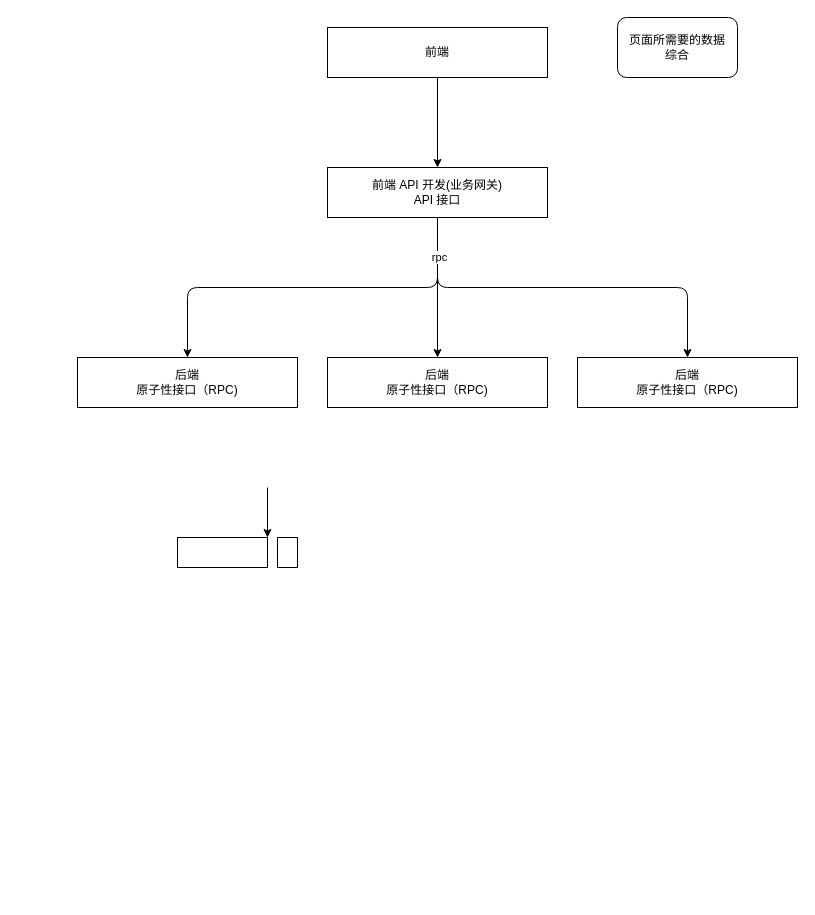
This is docs/gateway_arch.drawio from is-Xiaoen/DevCloud, a draw.io file, before an edit. Source tidied: cells renumbered, new cells numbered last; positions are measured from the earlier drawing's top-left corner, leaving out a move shared by most shapes. Both pictures are drawn from the tidied source at 100%, with x=0, y=0 at pixel (77, 17).
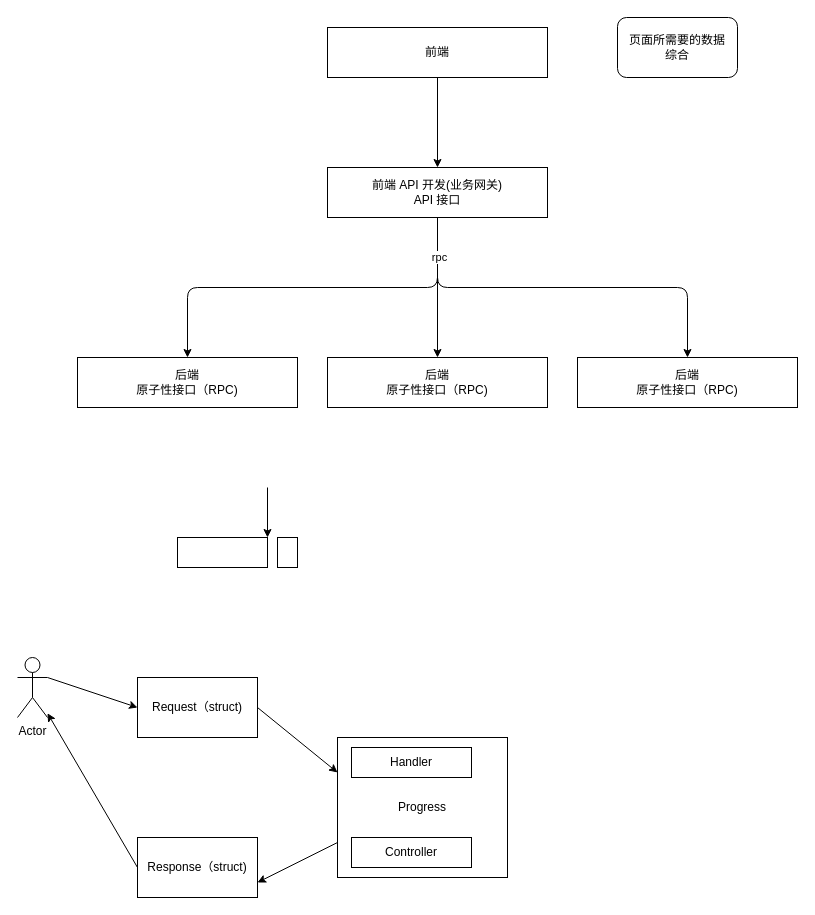
After the change.

Diff of the diagram source:
```diff
@@
+    <mxCell id="16" style="edgeStyle=none;html=1;exitX=1;exitY=0.5;exitDx=0;exitDy=0;entryX=0;entryY=0.25;entryDx=0;entryDy=0;" parent="1" edge="1" source="17" target="21">
+      <mxGeometry relative="1" as="geometry" />
+    </mxCell>
+    <mxCell id="17" value="Request（struct)" style="rounded=0;whiteSpace=wrap;html=1;" parent="1" vertex="1">
+      <mxGeometry x="60" y="660" width="120" height="60" as="geometry" />
+    </mxCell>
+    <mxCell id="18" style="edgeStyle=none;html=1;exitX=1;exitY=0.3333333333333333;exitDx=0;exitDy=0;exitPerimeter=0;entryX=0;entryY=0.5;entryDx=0;entryDy=0;" parent="1" edge="1" source="19" target="17">
+      <mxGeometry relative="1" as="geometry" />
+    </mxCell>
+    <mxCell id="19" value="Actor" style="shape=umlActor;verticalLabelPosition=bottom;verticalAlign=top;html=1;outlineConnect=0;" parent="1" vertex="1">
+      <mxGeometry x="-60" y="640" width="30" height="60" as="geometry" />
+    </mxCell>
+    <mxCell id="20" style="edgeStyle=none;html=1;exitX=0;exitY=0.75;exitDx=0;exitDy=0;entryX=1;entryY=0.75;entryDx=0;entryDy=0;" parent="1" edge="1" source="21" target="25">
+      <mxGeometry relative="1" as="geometry" />
+    </mxCell>
+    <mxCell id="21" value="Progress" style="rounded=0;whiteSpace=wrap;html=1;" parent="1" vertex="1">
+      <mxGeometry x="260" y="720" width="170" height="140" as="geometry" />
+    </mxCell>
+    <mxCell id="22" value="Handler" style="rounded=0;whiteSpace=wrap;html=1;" parent="1" vertex="1">
+      <mxGeometry x="274" y="730" width="120" height="30" as="geometry" />
+    </mxCell>
+    <mxCell id="23" value="Controller" style="rounded=0;whiteSpace=wrap;html=1;" parent="1" vertex="1">
+      <mxGeometry x="274" y="820" width="120" height="30" as="geometry" />
+    </mxCell>
+    <mxCell id="24" style="edgeStyle=none;html=1;exitX=0;exitY=0.5;exitDx=0;exitDy=0;" parent="1" edge="1" source="25" target="19">
+      <mxGeometry relative="1" as="geometry" />
+    </mxCell>
+    <mxCell id="25" value="Response（struct)" style="rounded=0;whiteSpace=wrap;html=1;" parent="1" vertex="1">
+      <mxGeometry x="60" y="820" width="120" height="60" as="geometry" />
+    </mxCell>
```
